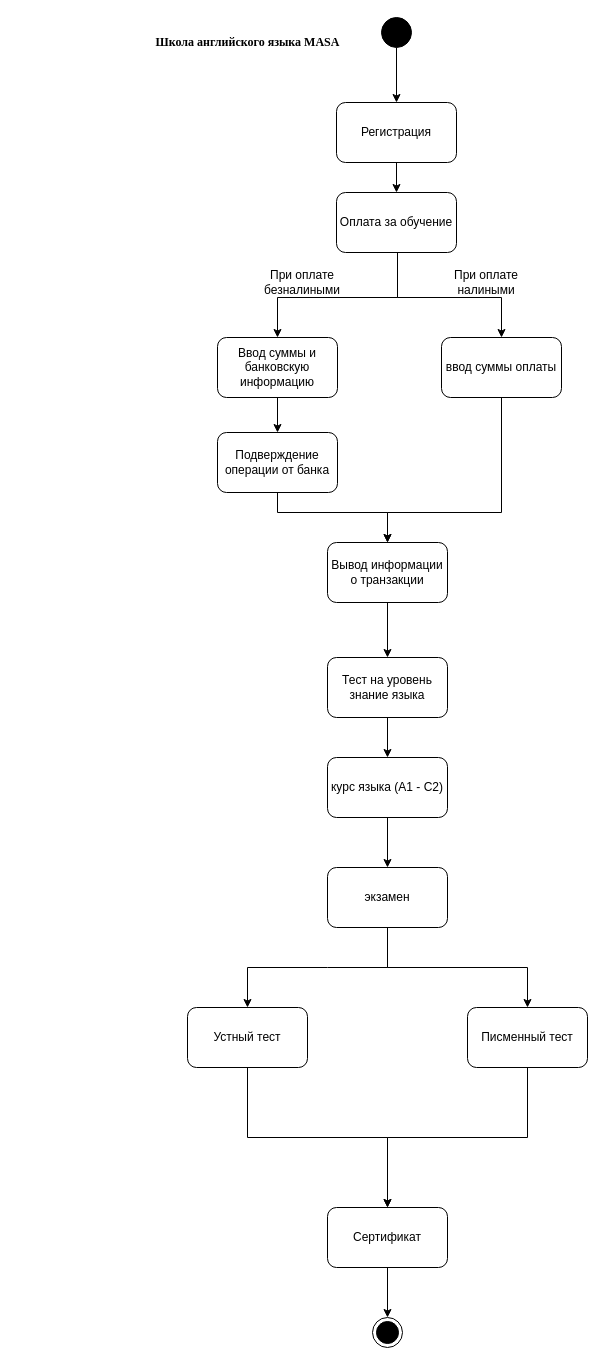
The draw.io diagram MASA_SASTAYANI .drawio in mati-tech/draw.io, before the edit. Source tidied: cells renumbered, new cells numbered last; positions are measured from the earlier drawing's top-left corner, leaving out a move shared by most shapes. Both pictures are drawn from the tidied source at 100%, with x=0, y=0 at pixel (142, 17).
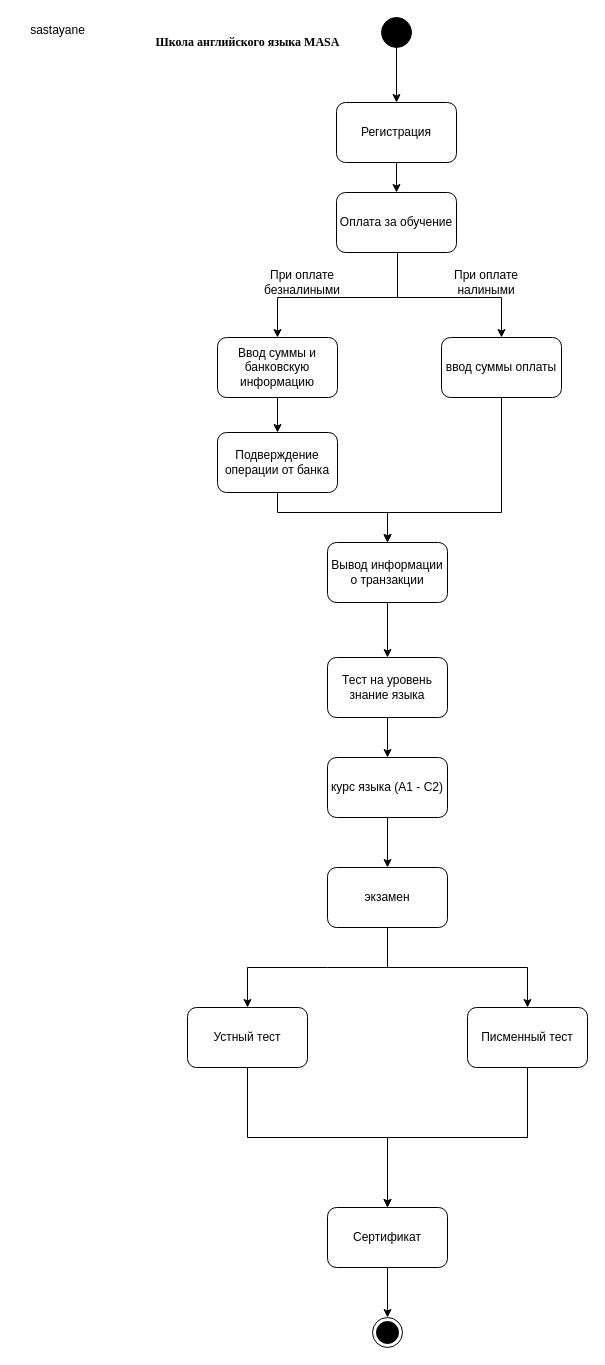
After the change.

What changed in the source:
```diff
@@
+    <mxCell id="34" value="sastayane&lt;div&gt;&lt;br&gt;&lt;/div&gt;" style="text;html=1;align=center;verticalAlign=middle;strokeColor=none;fillColor=none;" parent="1" vertex="1">
+      <mxGeometry x="-125" width="80" height="40" as="geometry" />
+    </mxCell>
```
